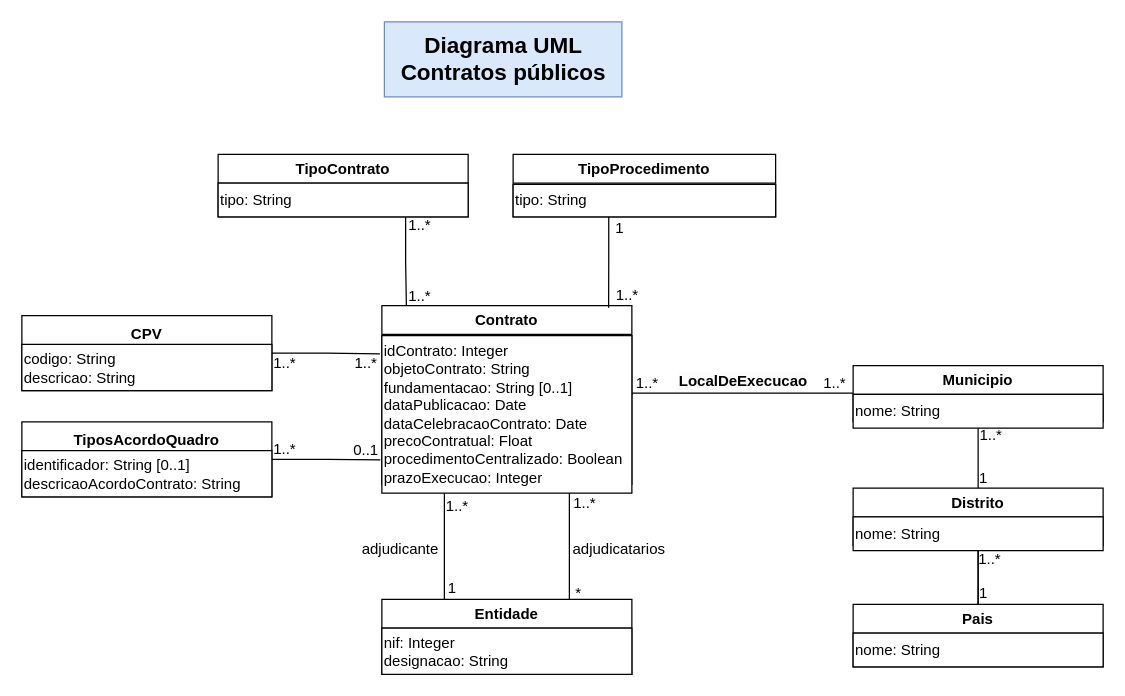
This is uml/UMLfinal.drawio from bzabot/public-contracts-db, a draw.io file, before an edit. Source tidied: cells renumbered, new cells numbered last; positions are measured from the earlier drawing's top-left corner, leaving out a move shared by most shapes. Both pictures are drawn from the tidied source at 125%, with x=0, y=0 at pixel (21, 21).
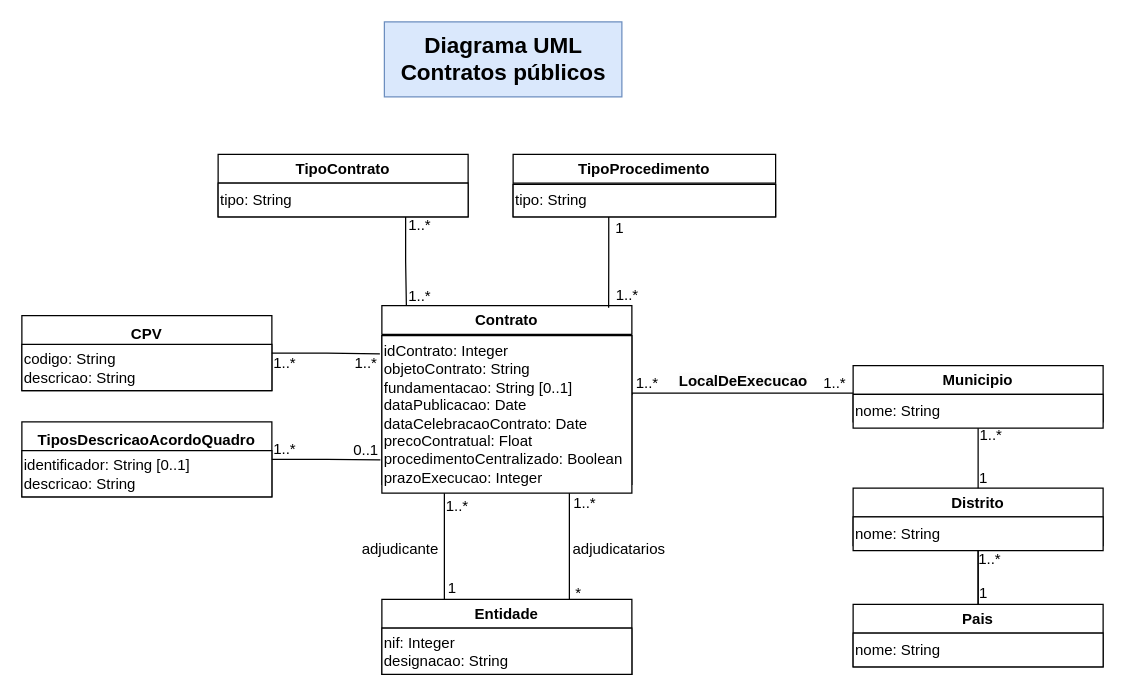
The same page after the edit.

The edit, as a diff of the source:
```diff
@@
-    <mxCell id="19" value="TiposAcordoQuadro" style="swimlane;whiteSpace=wrap;html=1;startSize=30;align=center;" parent="1" vertex="1">
+    <mxCell id="19" value="TiposDescricaoAcordoQuadro" style="swimlane;whiteSpace=wrap;html=1;startSize=30;align=center;" parent="1" vertex="1">
       <mxGeometry y="320" width="200" height="60" as="geometry" />
     </mxCell>
-    <mxCell id="20" value="identificador: String&lt;span style=&quot;text-align: justify;&quot;&gt;&amp;nbsp;[0..1]&lt;/span&gt;&lt;br&gt;descricaoAcordoContrato:&amp;nbsp;String" style="whiteSpace=wrap;html=1;align=left;" parent="19" vertex="1">
+    <mxCell id="20" value="identificador: String&lt;span style=&quot;text-align: justify;&quot;&gt;&amp;nbsp;[0..1]&lt;/span&gt;&lt;br&gt;descricao:&amp;nbsp;String" style="whiteSpace=wrap;html=1;align=left;" parent="19" vertex="1">
       <mxGeometry y="23" width="200" height="37" as="geometry" />
     </mxCell>
```
